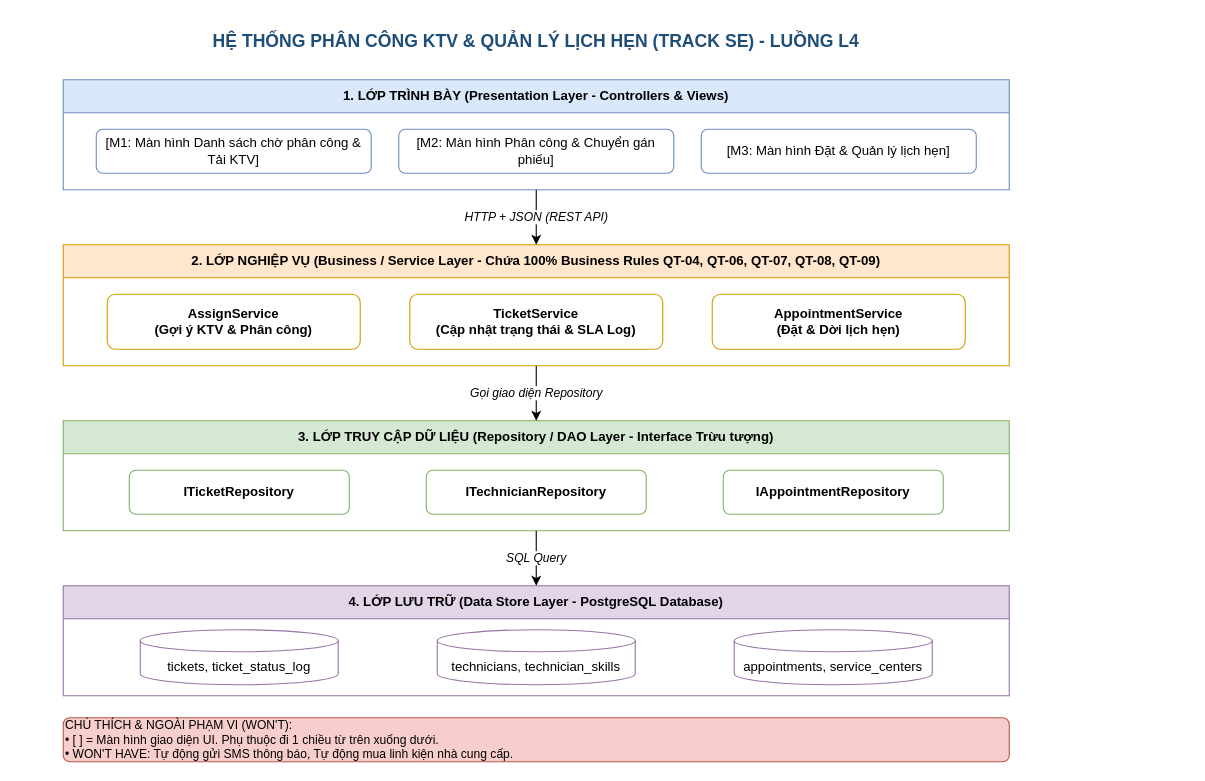
Earlier version of the draw.io diagram docs/architecture.drawio (P-HUBcode/cdtn1-NGUYEN-MINH-PHU-l4). Source tidied: cells renumbered, new cells numbered last; positions are measured from the earlier drawing's top-left corner, leaving out a move shared by most shapes. Both pictures are drawn from the tidied source at 110%, with x=0, y=0 at pixel (63, 24).
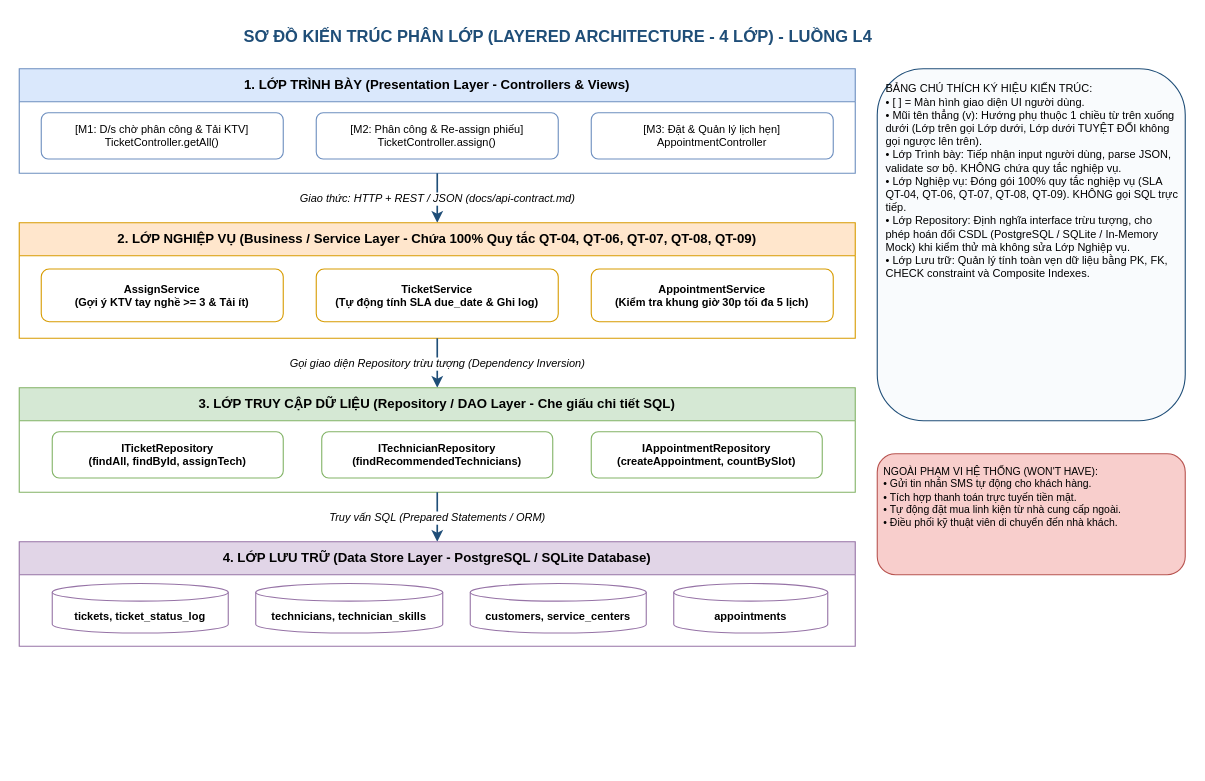
The same diagram, later.

Commit message (it also covers changes not shown here):
docs: bo sung bang chu thich ky hieu vao usecase, architecture, erd, wireframe drawio

What changed in the source:
```diff
@@
-<mxGraphModel>
+<mxGraphModel background="#ffffff">
@@
-    <mxCell id="2" value="HỆ THỐNG PHÂN CÔNG KTV &amp; QUẢN LÝ LỊCH HẸN (TRACK SE) - LUỒNG L4" style="text;html=1;strokeColor=none;fillColor=none;align=center;verticalAlign=middle;whiteSpace=wrap;rounded=0;fontSize=16;fontStyle=1;fontColor=#1F4E78;" parent="1" vertex="1">
-      <mxGeometry x="80" width="700" height="30" as="geometry" />
+    <mxCell id="2" value="SƠ ĐỒ KIẾN TRÚC PHÂN LỚP (LAYERED ARCHITECTURE - 4 LỚP) - LUỒNG L4" style="text;html=1;strokeColor=none;fillColor=none;align=center;verticalAlign=middle;whiteSpace=wrap;rounded=0;fontSize=15;fontStyle=1;fontColor=#1F4E78;" parent="1" vertex="1">
+      <mxGeometry x="50" y="-5" width="800" height="30" as="geometry" />
     </mxCell>
-    <mxCell id="3" value="1. LỚP TRÌNH BÀY (Presentation Layer - Controllers &amp; Views)" style="swimlane;whiteSpace=wrap;html=1;startSize=30;fillColor=#dae8fc;strokeColor=#6c8ebf;fontStyle=1;" parent="1" vertex="1">
-      <mxGeometry y="50" width="860" height="100" as="geometry" />
+    <mxCell id="3" value="1. LỚP TRÌNH BÀY (Presentation Layer - Controllers &amp; Views)" style="swimlane;whiteSpace=wrap;html=1;startSize=30;fillColor=#dae8fc;strokeColor=#6c8ebf;fontStyle=1;fontSize=12;" parent="1" vertex="1">
+      <mxGeometry x="-40" y="40" width="760" height="95" as="geometry" />
     </mxCell>
-    <mxCell id="4" value="[M1: Màn hình Danh sách chờ phân công &amp; Tải KTV]" style="rounded=1;whiteSpace=wrap;html=1;fillColor=#ffffff;strokeColor=#6c8ebf;" parent="3" vertex="1">
-      <mxGeometry x="30" y="45" width="250" height="40" as="geometry" />
+    <mxCell id="4" value="[M1: D/s chờ phân công &amp; Tải KTV]&#10;TicketController.getAll()" style="rounded=1;whiteSpace=wrap;html=1;fillColor=#ffffff;strokeColor=#6c8ebf;fontSize=10;" parent="3" vertex="1">
+      <mxGeometry x="20" y="40" width="220" height="42" as="geometry" />
     </mxCell>
-    <mxCell id="5" value="[M2: Màn hình Phân công &amp; Chuyển gán phiếu]" style="rounded=1;whiteSpace=wrap;html=1;fillColor=#ffffff;strokeColor=#6c8ebf;" parent="3" vertex="1">
-      <mxGeometry x="305" y="45" width="250" height="40" as="geometry" />
+    <mxCell id="5" value="[M2: Phân công &amp; Re-assign phiếu]&#10;TicketController.assign()" style="rounded=1;whiteSpace=wrap;html=1;fillColor=#ffffff;strokeColor=#6c8ebf;fontSize=10;" parent="3" vertex="1">
+      <mxGeometry x="270" y="40" width="220" height="42" as="geometry" />
     </mxCell>
-    <mxCell id="6" value="[M3: Màn hình Đặt &amp; Quản lý lịch hẹn]" style="rounded=1;whiteSpace=wrap;html=1;fillColor=#ffffff;strokeColor=#6c8ebf;" parent="3" vertex="1">
-      <mxGeometry x="580" y="45" width="250" height="40" as="geometry" />
+    <mxCell id="6" value="[M3: Đặt &amp; Quản lý lịch hẹn]&#10;AppointmentController" style="rounded=1;whiteSpace=wrap;html=1;fillColor=#ffffff;strokeColor=#6c8ebf;fontSize=10;" parent="3" vertex="1">
+      <mxGeometry x="520" y="40" width="220" height="42" as="geometry" />
     </mxCell>
+    <mxCell id="19" value="Giao thức: HTTP + REST / JSON (docs/api-contract.md)" style="edgeStyle=orthogonalEdgeStyle;endArrow=classic;html=1;fontStyle=2;fontSize=10;strokeColor=#1F4E78;strokeWidth=1.5;" parent="1" edge="1" source="3" target="7">
+      <mxGeometry relative="1" as="geometry" />
+    </mxCell>
-    <mxCell id="7" value="2. LỚP NGHIỆP VỤ (Business / Service Layer - Chứa 100% Business Rules QT-04, QT-06, QT-07, QT-08, QT-09)" style="swimlane;whiteSpace=wrap;html=1;startSize=30;fillColor=#ffe6cc;strokeColor=#d79b00;fontStyle=1;" parent="1" vertex="1">
-      <mxGeometry y="200" width="860" height="110" as="geometry" />
+    <mxCell id="7" value="2. LỚP NGHIỆP VỤ (Business / Service Layer - Chứa 100% Quy tắc QT-04, QT-06, QT-07, QT-08, QT-09)" style="swimlane;whiteSpace=wrap;html=1;startSize=30;fillColor=#ffe6cc;strokeColor=#d79b00;fontStyle=1;fontSize=12;" parent="1" vertex="1">
+      <mxGeometry x="-40" y="180" width="760" height="105" as="geometry" />
     </mxCell>
-    <mxCell id="8" value="AssignService&#10;(Gợi ý KTV &amp; Phân công)" style="rounded=1;whiteSpace=wrap;html=1;fillColor=#ffffff;strokeColor=#d79b00;fontStyle=1;" parent="7" vertex="1">
-      <mxGeometry x="40" y="45" width="230" height="50" as="geometry" />
+    <mxCell id="8" value="AssignService&#10;(Gợi ý KTV tay nghề &gt;= 3 &amp; Tải ít)" style="rounded=1;whiteSpace=wrap;html=1;fillColor=#ffffff;strokeColor=#d79b00;fontStyle=1;fontSize=10;" parent="7" vertex="1">
+      <mxGeometry x="20" y="42" width="220" height="48" as="geometry" />
     </mxCell>
-    <mxCell id="9" value="TicketService&#10;(Cập nhật trạng thái &amp; SLA Log)" style="rounded=1;whiteSpace=wrap;html=1;fillColor=#ffffff;strokeColor=#d79b00;fontStyle=1;" parent="7" vertex="1">
-      <mxGeometry x="315" y="45" width="230" height="50" as="geometry" />
+    <mxCell id="9" value="TicketService&#10;(Tự động tính SLA due_date &amp; Ghi log)" style="rounded=1;whiteSpace=wrap;html=1;fillColor=#ffffff;strokeColor=#d79b00;fontStyle=1;fontSize=10;" parent="7" vertex="1">
+      <mxGeometry x="270" y="42" width="220" height="48" as="geometry" />
     </mxCell>
-    <mxCell id="10" value="AppointmentService&#10;(Đặt &amp; Dời lịch hẹn)" style="rounded=1;whiteSpace=wrap;html=1;fillColor=#ffffff;strokeColor=#d79b00;fontStyle=1;" parent="7" vertex="1">
-      <mxGeometry x="590" y="45" width="230" height="50" as="geometry" />
+    <mxCell id="10" value="AppointmentService&#10;(Kiểm tra khung giờ 30p tối đa 5 lịch)" style="rounded=1;whiteSpace=wrap;html=1;fillColor=#ffffff;strokeColor=#d79b00;fontStyle=1;fontSize=10;" parent="7" vertex="1">
+      <mxGeometry x="520" y="42" width="220" height="48" as="geometry" />
     </mxCell>
+    <mxCell id="20" value="Gọi giao diện Repository trừu tượng (Dependency Inversion)" style="edgeStyle=orthogonalEdgeStyle;endArrow=classic;html=1;fontStyle=2;fontSize=10;strokeColor=#1F4E78;strokeWidth=1.5;" parent="1" edge="1" source="7" target="11">
+      <mxGeometry relative="1" as="geometry" />
+    </mxCell>
-    <mxCell id="11" value="3. LỚP TRUY CẬP DỮ LIỆU (Repository / DAO Layer - Interface Trừu tượng)" style="swimlane;whiteSpace=wrap;html=1;startSize=30;fillColor=#d5e8d4;strokeColor=#82b366;fontStyle=1;" parent="1" vertex="1">
-      <mxGeometry y="360" width="860" height="100" as="geometry" />
+    <mxCell id="11" value="3. LỚP TRUY CẬP DỮ LIỆU (Repository / DAO Layer - Che giấu chi tiết SQL)" style="swimlane;whiteSpace=wrap;html=1;startSize=30;fillColor=#d5e8d4;strokeColor=#82b366;fontStyle=1;fontSize=12;" parent="1" vertex="1">
+      <mxGeometry x="-40" y="330" width="760" height="95" as="geometry" />
     </mxCell>
-    <mxCell id="12" value="ITicketRepository" style="rounded=1;whiteSpace=wrap;html=1;fillColor=#ffffff;strokeColor=#82b366;fontStyle=1;" parent="11" vertex="1">
-      <mxGeometry x="60" y="45" width="200" height="40" as="geometry" />
+    <mxCell id="12" value="ITicketRepository&#10;(findAll, findById, assignTech)" style="rounded=1;whiteSpace=wrap;html=1;fillColor=#ffffff;strokeColor=#82b366;fontStyle=1;fontSize=10;" parent="11" vertex="1">
+      <mxGeometry x="30" y="40" width="210" height="42" as="geometry" />
     </mxCell>
-    <mxCell id="13" value="ITechnicianRepository" style="rounded=1;whiteSpace=wrap;html=1;fillColor=#ffffff;strokeColor=#82b366;fontStyle=1;" parent="11" vertex="1">
-      <mxGeometry x="330" y="45" width="200" height="40" as="geometry" />
+    <mxCell id="13" value="ITechnicianRepository&#10;(findRecommendedTechnicians)" style="rounded=1;whiteSpace=wrap;html=1;fillColor=#ffffff;strokeColor=#82b366;fontStyle=1;fontSize=10;" parent="11" vertex="1">
+      <mxGeometry x="275" y="40" width="210" height="42" as="geometry" />
     </mxCell>
-    <mxCell id="14" value="IAppointmentRepository" style="rounded=1;whiteSpace=wrap;html=1;fillColor=#ffffff;strokeColor=#82b366;fontStyle=1;" parent="11" vertex="1">
-      <mxGeometry x="600" y="45" width="200" height="40" as="geometry" />
+    <mxCell id="14" value="IAppointmentRepository&#10;(createAppointment, countBySlot)" style="rounded=1;whiteSpace=wrap;html=1;fillColor=#ffffff;strokeColor=#82b366;fontStyle=1;fontSize=10;" parent="11" vertex="1">
+      <mxGeometry x="520" y="40" width="210" height="42" as="geometry" />
     </mxCell>
+    <mxCell id="21" value="Truy vấn SQL (Prepared Statements / ORM)" style="edgeStyle=orthogonalEdgeStyle;endArrow=classic;html=1;fontStyle=2;fontSize=10;strokeColor=#1F4E78;strokeWidth=1.5;" parent="1" edge="1" source="11" target="15">
+      <mxGeometry relative="1" as="geometry" />
+    </mxCell>
-    <mxCell id="15" value="4. LỚP LƯU TRỮ (Data Store Layer - PostgreSQL Database)" style="swimlane;whiteSpace=wrap;html=1;startSize=30;fillColor=#e1d5e7;strokeColor=#9673a6;fontStyle=1;" parent="1" vertex="1">
-      <mxGeometry y="510" width="860" height="100" as="geometry" />
+    <mxCell id="15" value="4. LỚP LƯU TRỮ (Data Store Layer - PostgreSQL / SQLite Database)" style="swimlane;whiteSpace=wrap;html=1;startSize=30;fillColor=#e1d5e7;strokeColor=#9673a6;fontStyle=1;fontSize=12;" parent="1" vertex="1">
+      <mxGeometry x="-40" y="470" width="760" height="95" as="geometry" />
     </mxCell>
-    <mxCell id="16" value="tickets, ticket_status_log" style="shape=cylinder3;whiteSpace=wrap;html=1;boundedLbl=1;backgroundOutline=1;size=10;fillColor=#ffffff;strokeColor=#9673a6;" parent="15" vertex="1">
-      <mxGeometry x="70" y="40" width="180" height="50" as="geometry" />
+    <mxCell id="16" value="tickets, ticket_status_log" style="shape=cylinder3;whiteSpace=wrap;html=1;boundedLbl=1;backgroundOutline=1;size=8;fillColor=#ffffff;strokeColor=#9673a6;fontSize=10;fontStyle=1;" parent="15" vertex="1">
+      <mxGeometry x="30" y="38" width="160" height="45" as="geometry" />
     </mxCell>
-    <mxCell id="17" value="technicians, technician_skills" style="shape=cylinder3;whiteSpace=wrap;html=1;boundedLbl=1;backgroundOutline=1;size=10;fillColor=#ffffff;strokeColor=#9673a6;" parent="15" vertex="1">
-      <mxGeometry x="340" y="40" width="180" height="50" as="geometry" />
+    <mxCell id="17" value="technicians, technician_skills" style="shape=cylinder3;whiteSpace=wrap;html=1;boundedLbl=1;backgroundOutline=1;size=8;fillColor=#ffffff;strokeColor=#9673a6;fontSize=10;fontStyle=1;" parent="15" vertex="1">
+      <mxGeometry x="215" y="38" width="170" height="45" as="geometry" />
     </mxCell>
-    <mxCell id="18" value="appointments, service_centers" style="shape=cylinder3;whiteSpace=wrap;html=1;boundedLbl=1;backgroundOutline=1;size=10;fillColor=#ffffff;strokeColor=#9673a6;" parent="15" vertex="1">
-      <mxGeometry x="610" y="40" width="180" height="50" as="geometry" />
+    <mxCell id="18" value="customers, service_centers" style="shape=cylinder3;whiteSpace=wrap;html=1;boundedLbl=1;backgroundOutline=1;size=8;fillColor=#ffffff;strokeColor=#9673a6;fontSize=10;fontStyle=1;" parent="15" vertex="1">
+      <mxGeometry x="410" y="38" width="160" height="45" as="geometry" />
     </mxCell>
-    <mxCell id="19" value="HTTP + JSON (REST API)" style="edgeStyle=orthogonalEdgeStyle;endArrow=classic;html=1;fontStyle=2;" parent="1" edge="1" source="3" target="7">
-      <mxGeometry relative="1" as="geometry" />
-    </mxCell>
-    <mxCell id="20" value="Gọi giao diện Repository" style="edgeStyle=orthogonalEdgeStyle;endArrow=classic;html=1;fontStyle=2;" parent="1" edge="1" source="7" target="11">
-      <mxGeometry relative="1" as="geometry" />
-    </mxCell>
-    <mxCell id="21" value="SQL Query" style="edgeStyle=orthogonalEdgeStyle;endArrow=classic;html=1;fontStyle=2;" parent="1" edge="1" source="11" target="15">
-      <mxGeometry relative="1" as="geometry" />
-    </mxCell>
-    <mxCell id="22" value="CHÚ THÍCH &amp; NGOÀI PHẠM VI (WON'T):&#10;• [ ] = Màn hình giao diện UI. Phụ thuộc đi 1 chiều từ trên xuống dưới.&#10;• WON'T HAVE: Tự động gửi SMS thông báo, Tự động mua linh kiện nhà cung cấp." style="text;html=1;strokeColor=#b85450;fillColor=#f8cecc;align=left;verticalAlign=middle;whiteSpace=wrap;rounded=1;fontSize=11;" parent="1" vertex="1">
-      <mxGeometry y="630" width="860" height="40" as="geometry" />
-    </mxCell>
+    <mxCell id="23" value="appointments" style="shape=cylinder3;whiteSpace=wrap;html=1;boundedLbl=1;backgroundOutline=1;size=8;fillColor=#ffffff;strokeColor=#9673a6;fontSize=10;fontStyle=1;" parent="15" vertex="1">
+      <mxGeometry x="595" y="38" width="140" height="45" as="geometry" />
+    </mxCell>
+    <mxCell id="24" value="BẢNG CHÚ THÍCH KÝ HIỆU KIẾN TRÚC:&#10;• [ ] = Màn hình giao diện UI người dùng.&#10;• Mũi tên thẳng (v): Hướng phụ thuộc 1 chiều từ trên xuống dưới (Lớp trên gọi Lớp dưới, Lớp dưới TUYỆT ĐỐI không gọi ngược lên trên).&#10;• Lớp Trình bày: Tiếp nhận input người dùng, parse JSON, validate sơ bộ. KHÔNG chứa quy tắc nghiệp vụ.&#10;• Lớp Nghiệp vụ: Đóng gói 100% quy tắc nghiệp vụ (SLA QT-04, QT-06, QT-07, QT-08, QT-09). KHÔNG gọi SQL trực tiếp.&#10;• Lớp Repository: Định nghĩa interface trừu tượng, cho phép hoán đổi CSDL (PostgreSQL / SQLite / In-Memory Mock) khi kiểm thử mà không sửa Lớp Nghiệp vụ.&#10;• Lớp Lưu trữ: Quản lý tính toàn vẹn dữ liệu bằng PK, FK, CHECK constraint và Composite Indexes." style="text;html=1;strokeColor=#1F4E78;fillColor=#F9FBFD;align=left;verticalAlign=top;whiteSpace=wrap;rounded=1;fontSize=10;spacing=8;" parent="1" vertex="1">
+      <mxGeometry x="740" y="40" width="280" height="320" as="geometry" />
+    </mxCell>
+    <mxCell id="25" value="NGOÀI PHẠM VI HỆ THỐNG (WON'T HAVE):&#10;• Gửi tin nhắn SMS tự động cho khách hàng.&#10;• Tích hợp thanh toán trực tuyến tiền mặt.&#10;• Tự động đặt mua linh kiện từ nhà cung cấp ngoài.&#10;• Điều phối kỹ thuật viên di chuyển đến nhà khách." style="text;html=1;strokeColor=#b85450;fillColor=#f8cecc;align=left;verticalAlign=top;whiteSpace=wrap;rounded=1;fontSize=9.5;spacing=6;" parent="1" vertex="1">
+      <mxGeometry x="740" y="390" width="280" height="110" as="geometry" />
+    </mxCell>
```
